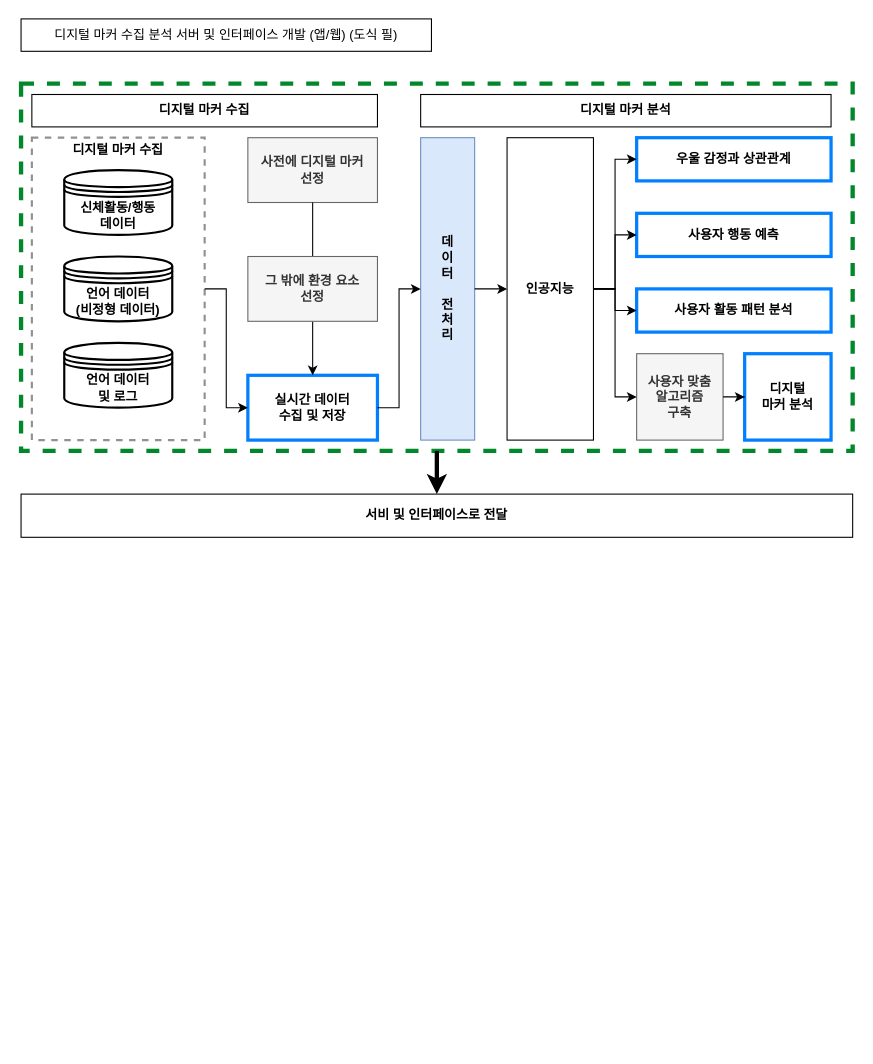
menomik1011/testowl keeps this draw.io diagram as gcp2.drawio. Above is the earlier version. Source tidied: cells renumbered, new cells numbered last; positions are measured from the earlier drawing's top-left corner, leaving out a move shared by most shapes. Both pictures are drawn from the tidied source at 108%, with x=0, y=0 at pixel (21, 18). Pictures stored in the file or linked from it are replaced by grey dashed boxes.
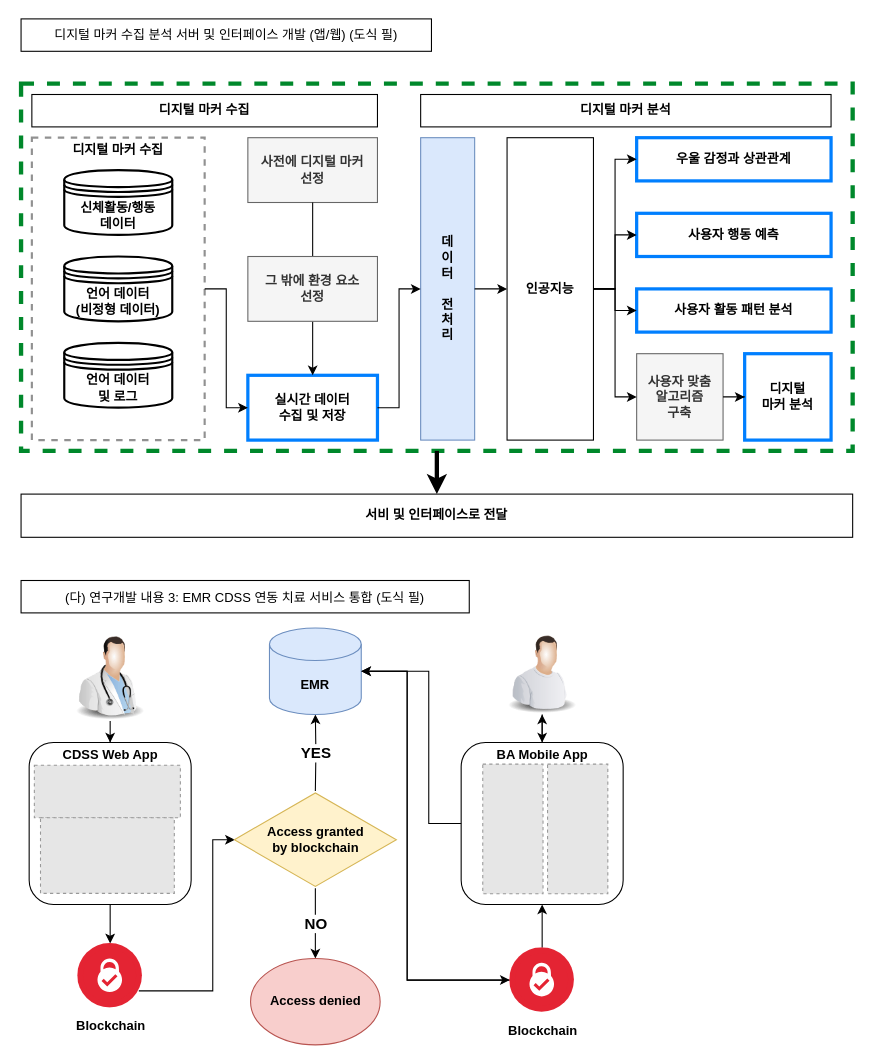
Above is the later version.

Diff of the diagram source:
```diff
@@
+    <mxCell id="33" style="edgeStyle=orthogonalEdgeStyle;rounded=0;jettySize=auto;html=1;entryX=0.5;entryY=0;entryDx=0;entryDy=0;" parent="1" edge="1" source="34" target="36">
+      <mxGeometry relative="1" as="geometry" />
+    </mxCell>
+    <mxCell id="34" style="image;html=1;image=img/lib/clip_art/people/Doctor_Man_128x128.png;" parent="1" vertex="1">
+      <mxGeometry x="42.5" y="570" width="80" height="80" as="geometry" />
+    </mxCell>
+    <mxCell id="35" style="edgeStyle=orthogonalEdgeStyle;rounded=0;jettySize=auto;html=1;entryX=0.5;entryY=0;entryDx=0;entryDy=0;fontColor=#000000;" parent="1" edge="1" source="36" target="40">
+      <mxGeometry relative="1" as="geometry" />
+    </mxCell>
+    <mxCell id="36" value="CDSS Web App" style="fontStyle=1;verticalAlign=top;align=center;spacingTop=-2;fillColor=none;rounded=1;whiteSpace=wrap;html=1;strokeColor=#000000;strokeWidth=1;fontColor=#000000;" parent="1" vertex="1">
+      <mxGeometry x="7.5" y="670" width="150" height="150" as="geometry" />
+    </mxCell>
+    <mxCell id="37" style="fillColor=#E6E6E6;strokeColor=#999999;dashed=1;verticalLabelPosition=bottom;labelBackgroundColor=default;verticalAlign=top;" parent="36" vertex="1">
+      <mxGeometry x="4.8" y="21" width="135.2" height="48.7" as="geometry" />
+    </mxCell>
+    <mxCell id="38" style="fillColor=#E6E6E6;strokeColor=#999999;dashed=1;verticalLabelPosition=bottom;labelBackgroundColor=default;verticalAlign=top;" parent="36" vertex="1">
+      <mxGeometry x="10.5" y="69.7" width="123.9" height="70" as="geometry" />
+    </mxCell>
+    <mxCell id="39" style="edgeStyle=orthogonalEdgeStyle;rounded=0;jettySize=auto;html=1;entryX=0.003;entryY=0.5;entryDx=0;entryDy=0;entryPerimeter=0;fontSize=14;fontColor=#000000;" parent="1" edge="1" source="40" target="43">
+      <mxGeometry relative="1" as="geometry">
+        <Array as="points">
+          <mxPoint x="177.5" y="900" />
+          <mxPoint x="177.5" y="760" />
+        </Array>
+      </mxGeometry>
+    </mxCell>
+    <mxCell id="40" value="&lt;b&gt;&lt;font color=&quot;#000000&quot;&gt;Blockchain&lt;/font&gt;&lt;/b&gt;" style="perimeter=ellipsePerimeter;html=1;align=center;shadow=0;dashed=0;fontColor=#4277BB;labelBackgroundColor=#ffffff;fontSize=12;spacingTop=3;image;image=img/lib/ibm/blockchain/certificate_authority.svg;rounded=1;strokeColor=#000000;" parent="1" vertex="1">
+      <mxGeometry x="52.5" y="856" width="60" height="60" as="geometry" />
+    </mxCell>
+    <mxCell id="41" value="&lt;span style=&quot;font-size: 14px;&quot;&gt;&lt;b&gt;YES&lt;/b&gt;&lt;/span&gt;" style="edgeStyle=orthogonalEdgeStyle;rounded=0;jettySize=auto;html=1;entryX=0.5;entryY=1;entryDx=0;entryDy=0;entryPerimeter=0;fontColor=#000000;" parent="1" edge="1" target="45">
+      <mxGeometry relative="1" as="geometry">
+        <mxPoint x="272.5" y="715" as="sourcePoint" />
+      </mxGeometry>
+    </mxCell>
+    <mxCell id="42" value="&lt;b&gt;NO&lt;/b&gt;" style="edgeStyle=orthogonalEdgeStyle;rounded=0;jettySize=auto;html=1;fontSize=14;fontColor=#000000;" parent="1" edge="1" source="43" target="46">
+      <mxGeometry relative="1" as="geometry" />
+    </mxCell>
+    <mxCell id="43" value="Access granted &lt;br&gt;by blockchain" style="html=1;whiteSpace=wrap;shape=isoRectangle;rounded=1;strokeColor=#d6b656;fontStyle=1;fillColor=#fff2cc;" parent="1" vertex="1">
+      <mxGeometry x="197.5" y="715" width="150" height="90" as="geometry" />
+    </mxCell>
+    <mxCell id="44" style="edgeStyle=orthogonalEdgeStyle;rounded=0;jettySize=auto;html=1;entryX=0;entryY=0.5;entryDx=0;entryDy=0;fontSize=14;fontColor=#000000;strokeColor=#000000;strokeWidth=1;" parent="1" edge="1" source="45" target="49">
+      <mxGeometry relative="1" as="geometry">
+        <Array as="points">
+          <mxPoint x="357.5" y="604" />
+          <mxPoint x="357.5" y="890" />
+        </Array>
+      </mxGeometry>
+    </mxCell>
+    <mxCell id="45" value="EMR" style="shape=cylinder3;whiteSpace=wrap;html=1;boundedLbl=1;backgroundOutline=1;size=15;rounded=1;strokeColor=#6c8ebf;fontStyle=1;fillColor=#dae8fc;" parent="1" vertex="1">
+      <mxGeometry x="230" y="564" width="85" height="80" as="geometry" />
+    </mxCell>
+    <mxCell id="46" value="Access denied" style="ellipse;whiteSpace=wrap;html=1;strokeColor=#b85450;rounded=1;fontStyle=1;fillColor=#f8cecc;" parent="1" vertex="1">
+      <mxGeometry x="212.5" y="870" width="120" height="80" as="geometry" />
+    </mxCell>
+    <mxCell id="47" style="edgeStyle=orthogonalEdgeStyle;rounded=0;jettySize=auto;html=1;entryX=0.5;entryY=1;entryDx=0;entryDy=0;fontSize=14;fontColor=#000000;" parent="1" edge="1" source="49" target="52">
+      <mxGeometry relative="1" as="geometry" />
+    </mxCell>
+    <mxCell id="48" style="edgeStyle=orthogonalEdgeStyle;rounded=0;jettySize=auto;html=1;entryX=1;entryY=0.5;entryDx=0;entryDy=0;entryPerimeter=0;strokeColor=#000000;strokeWidth=1;fontSize=14;fontColor=#000000;" parent="1" edge="1" source="49" target="45">
+      <mxGeometry relative="1" as="geometry">
+        <Array as="points">
+          <mxPoint x="357.5" y="890" />
+          <mxPoint x="357.5" y="604" />
+        </Array>
+      </mxGeometry>
+    </mxCell>
+    <mxCell id="49" value="&lt;b&gt;&lt;font color=&quot;#000000&quot;&gt;Blockchain&lt;/font&gt;&lt;/b&gt;" style="perimeter=ellipsePerimeter;html=1;align=center;shadow=0;dashed=0;fontColor=#4277BB;labelBackgroundColor=#ffffff;fontSize=12;spacingTop=3;image;image=img/lib/ibm/blockchain/certificate_authority.svg;rounded=1;strokeColor=#000000;" parent="1" vertex="1">
+      <mxGeometry x="452.5" y="860" width="60" height="60" as="geometry" />
+    </mxCell>
+    <mxCell id="50" style="edgeStyle=orthogonalEdgeStyle;rounded=0;jettySize=auto;html=1;entryX=0.5;entryY=1;entryDx=0;entryDy=0;fontSize=14;fontColor=#000000;" parent="1" edge="1" source="52" target="56">
+      <mxGeometry relative="1" as="geometry" />
+    </mxCell>
+    <mxCell id="51" style="edgeStyle=orthogonalEdgeStyle;rounded=0;jettySize=auto;html=1;entryX=1;entryY=0.5;entryDx=0;entryDy=0;entryPerimeter=0;strokeColor=#000000;strokeWidth=1;fontSize=14;fontColor=#000000;" parent="1" edge="1" source="52" target="45">
+      <mxGeometry relative="1" as="geometry">
+        <Array as="points">
+          <mxPoint x="377.5" y="745" />
+          <mxPoint x="377.5" y="604" />
+        </Array>
+      </mxGeometry>
+    </mxCell>
+    <mxCell id="52" value="BA Mobile App" style="fontStyle=1;verticalAlign=top;align=center;spacingTop=-2;fillColor=none;rounded=1;whiteSpace=wrap;html=1;strokeColor=#000000;strokeWidth=1;fontColor=#000000;" parent="1" vertex="1">
+      <mxGeometry x="407.5" y="670" width="150" height="150" as="geometry" />
+    </mxCell>
+    <mxCell id="53" style="fillColor=#E6E6E6;strokeColor=#999999;dashed=1;verticalLabelPosition=bottom;labelBackgroundColor=default;verticalAlign=top;" parent="52" vertex="1">
+      <mxGeometry x="20" y="20" width="55.8" height="120" as="geometry" />
+    </mxCell>
+    <mxCell id="54" style="fillColor=#E6E6E6;strokeColor=#999999;dashed=1;verticalLabelPosition=bottom;labelBackgroundColor=default;verticalAlign=top;" parent="52" vertex="1">
+      <mxGeometry x="80" y="20" width="55.8" height="120" as="geometry" />
+    </mxCell>
+    <mxCell id="55" style="edgeStyle=orthogonalEdgeStyle;rounded=0;jettySize=auto;html=1;entryX=0.5;entryY=0;entryDx=0;entryDy=0;strokeColor=#000000;strokeWidth=1;fontSize=14;fontColor=#000000;" parent="1" edge="1" source="56" target="52">
+      <mxGeometry relative="1" as="geometry" />
+    </mxCell>
+    <mxCell id="56" style="image;html=1;image=img/lib/clip_art/people/Worker_Man_128x128.png;rounded=1;strokeColor=#000000;fontSize=14;fontColor=#000000;" parent="1" vertex="1">
+      <mxGeometry x="442.5" y="564" width="80" height="80" as="geometry" />
+    </mxCell>
+    <mxCell id="57" value="&lt;font style=&quot;font-size: 12px;&quot;&gt;(다) 연구개발 내용 3: EMR CDSS 연동 치료 서비스 통합 (도식 필)&lt;/font&gt;" style="rounded=0;whiteSpace=wrap;html=1;strokeColor=#000000;fontSize=14;fontColor=#000000;" parent="1" vertex="1">
+      <mxGeometry y="520" width="415" height="30" as="geometry" />
+    </mxCell>
```
